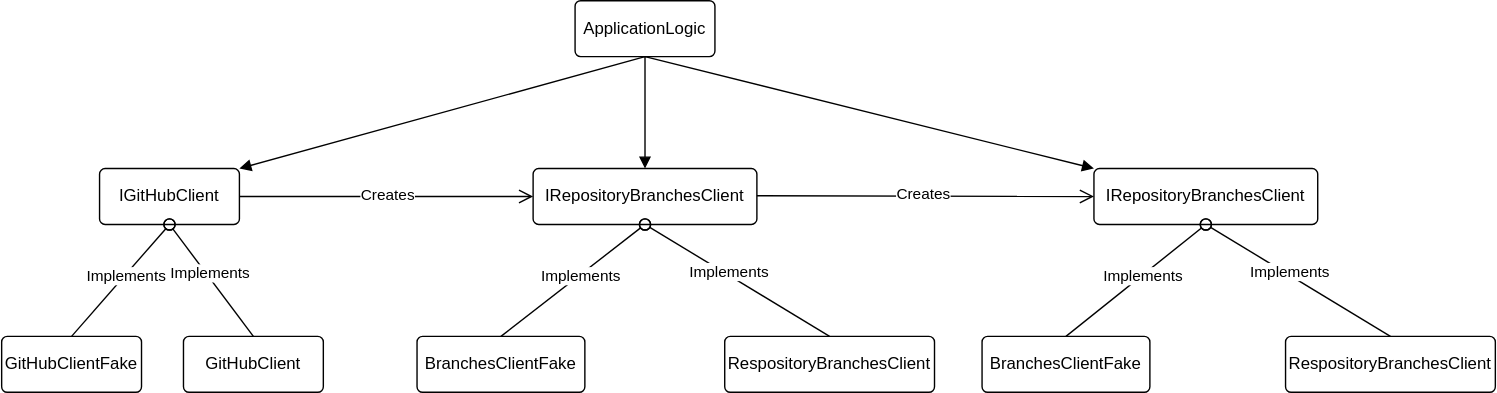
Earlier version of the draw.io export TestingOctokit/GitHubClient.svg (essenceofcode/BlogPosts). Source tidied: cells renumbered, new cells last; positions are measured from the earlier drawing's top-left corner, leaving out a move shared by most shapes.
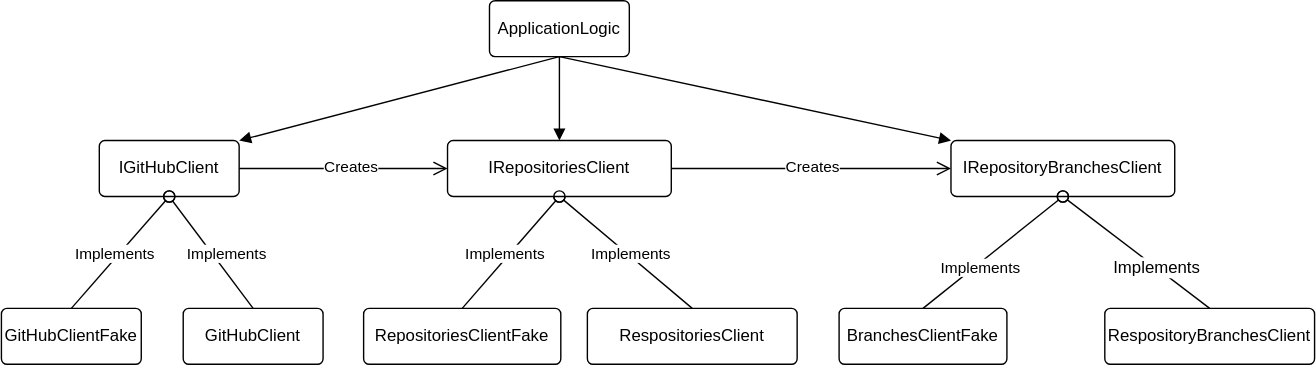
After the change.

Commit message:
Update octokit blog post.

What changed in the source:
```diff
@@ -3,38 +3,42 @@
     <mxCell id="0" />
     <mxCell id="1" parent="0" />
     <mxCell id="2" value="GitHubClientFake" style="rounded=1;arcSize=10;whiteSpace=wrap;html=1;align=center;" parent="1" vertex="1">
-      <mxGeometry y="240" width="100" height="40" as="geometry" />
+      <mxGeometry x="580" y="330" width="100" height="40" as="geometry" />
     </mxCell>
     <mxCell id="3" value="ApplicationLogic" style="rounded=1;arcSize=10;whiteSpace=wrap;html=1;align=center;" parent="1" vertex="1">
-      <mxGeometry x="410" width="100" height="40" as="geometry" />
+      <mxGeometry x="929" y="110" width="100" height="40" as="geometry" />
     </mxCell>
     <mxCell id="4" value="GitHubClient" style="rounded=1;arcSize=10;whiteSpace=wrap;html=1;align=center;" parent="1" vertex="1">
-      <mxGeometry x="130" y="240" width="100" height="40" as="geometry" />
+      <mxGeometry x="710" y="330" width="100" height="40" as="geometry" />
     </mxCell>
     <mxCell id="5" value="IGitHubClient" style="rounded=1;arcSize=10;whiteSpace=wrap;html=1;align=center;" parent="1" vertex="1">
-      <mxGeometry x="70" y="120" width="100" height="40" as="geometry" />
+      <mxGeometry x="650" y="210" width="100" height="40" as="geometry" />
     </mxCell>
     <mxCell id="6" style="html=1;verticalAlign=bottom;labelBackgroundColor=none;endArrow=oval;endFill=0;endSize=8;rounded=0;exitX=0.5;exitY=0;exitDx=0;exitDy=0;entryX=0.5;entryY=1;entryDx=0;entryDy=0;" parent="1" edge="1" source="4" target="5">
       <mxGeometry relative="1" as="geometry" />
     </mxCell>
     <mxCell id="7" value="Implements" style="edgeLabel;html=1;align=center;verticalAlign=middle;" parent="6" vertex="1">
-      <mxGeometry x="0.12" y="-2" relative="1" as="geometry" />
+      <mxGeometry x="0.12" y="-2" relative="1" as="geometry">
+        <mxPoint x="12" y="6" as="offset" />
+      </mxGeometry>
     </mxCell>
     <mxCell id="8" style="html=1;verticalAlign=bottom;labelBackgroundColor=none;endArrow=oval;endFill=0;endSize=8;rounded=0;exitX=0.5;exitY=0;exitDx=0;exitDy=0;entryX=0.5;entryY=1;entryDx=0;entryDy=0;" parent="1" edge="1" source="2" target="5">
       <mxGeometry relative="1" as="geometry" />
     </mxCell>
     <mxCell id="9" value="Implements" style="edgeLabel;html=1;align=center;verticalAlign=middle;" parent="8" vertex="1">
-      <mxGeometry x="0.09" relative="1" as="geometry" />
+      <mxGeometry x="0.09" relative="1" as="geometry">
+        <mxPoint x="-8" y="4" as="offset" />
+      </mxGeometry>
     </mxCell>
     <mxCell id="10" style="html=1;verticalAlign=bottom;labelBackgroundColor=none;endArrow=block;endFill=1;endSize=6;align=left;rounded=0;exitX=0.5;exitY=1;exitDx=0;exitDy=0;entryX=1;entryY=0;entryDx=0;entryDy=0;" parent="1" edge="1" source="3" target="5">
       <mxGeometry x="-1" relative="1" as="geometry" />
     </mxCell>
     <mxCell id="11" value="IRepositoryBranchesClient" style="rounded=1;arcSize=10;whiteSpace=wrap;html=1;align=center;" parent="1" vertex="1">
-      <mxGeometry x="781" y="120" width="160" height="40" as="geometry" />
+      <mxGeometry x="1259" y="210" width="160" height="40" as="geometry" />
     </mxCell>
-    <mxCell id="12" style="endArrow=open;startArrow=none;endFill=0;startFill=0;endSize=8;html=1;verticalAlign=bottom;labelBackgroundColor=none;strokeWidth=1;rounded=0;entryX=0;entryY=0.5;entryDx=0;entryDy=0;" parent="1" edge="1" target="21">
+    <mxCell id="12" style="endArrow=open;startArrow=none;endFill=0;startFill=0;endSize=8;html=1;verticalAlign=bottom;labelBackgroundColor=none;strokeWidth=1;rounded=0;entryX=0;entryY=0.5;entryDx=0;entryDy=0;" parent="1" edge="1" target="31">
       <mxGeometry relative="1" as="geometry">
-        <mxPoint x="170" y="140" as="sourcePoint" />
+        <mxPoint x="750" y="230" as="sourcePoint" />
       </mxGeometry>
     </mxCell>
     <mxCell id="13" value="Creates" style="edgeLabel;html=1;align=center;verticalAlign=middle;" parent="12" vertex="1">
@@ -46,58 +50,60 @@
       <mxGeometry x="-1" relative="1" as="geometry" />
     </mxCell>
     <mxCell id="15" value="BranchesClientFake" style="rounded=1;arcSize=10;whiteSpace=wrap;html=1;align=center;" parent="1" vertex="1">
-      <mxGeometry x="701" y="240" width="120" height="40" as="geometry" />
+      <mxGeometry x="1179" y="330" width="120" height="40" as="geometry" />
     </mxCell>
-    <mxCell id="16" value="RespositoryBranchesClient" style="rounded=1;arcSize=10;whiteSpace=wrap;html=1;align=center;" parent="1" vertex="1">
-      <mxGeometry x="918" y="240" width="150" height="40" as="geometry" />
-    </mxCell>
-    <mxCell id="17" style="html=1;verticalAlign=bottom;labelBackgroundColor=none;endArrow=oval;endFill=0;endSize=8;rounded=0;exitX=0.5;exitY=0;exitDx=0;exitDy=0;entryX=0.5;entryY=1;entryDx=0;entryDy=0;" parent="1" edge="1" source="16" target="11">
+    <mxCell id="17" style="html=1;verticalAlign=bottom;labelBackgroundColor=none;endArrow=oval;endFill=0;endSize=8;rounded=0;exitX=0.5;exitY=0;exitDx=0;exitDy=0;entryX=0.5;entryY=1;entryDx=0;entryDy=0;" parent="1" edge="1" source="16" target="31">
       <mxGeometry relative="1" as="geometry" />
     </mxCell>
     <mxCell id="18" value="Implements" style="edgeLabel;html=1;align=center;verticalAlign=middle;" parent="17" vertex="1">
-      <mxGeometry x="0.12" y="-2" relative="1" as="geometry" />
+      <mxGeometry x="0.12" y="-2" relative="1" as="geometry">
+        <mxPoint x="8" y="7" as="offset" />
+      </mxGeometry>
     </mxCell>
     <mxCell id="19" style="html=1;verticalAlign=bottom;labelBackgroundColor=none;endArrow=oval;endFill=0;endSize=8;rounded=0;exitX=0.5;exitY=0;exitDx=0;exitDy=0;entryX=0.5;entryY=1;entryDx=0;entryDy=0;" parent="1" edge="1" source="15" target="11">
       <mxGeometry relative="1" as="geometry" />
     </mxCell>
     <mxCell id="20" value="Implements" style="edgeLabel;html=1;align=center;verticalAlign=middle;" parent="19" vertex="1">
-      <mxGeometry x="0.09" relative="1" as="geometry" />
+      <mxGeometry x="0.09" relative="1" as="geometry">
+        <mxPoint x="-14" y="14" as="offset" />
+      </mxGeometry>
     </mxCell>
-    <mxCell id="21" value="IRepositoryBranchesClient" style="rounded=1;arcSize=10;whiteSpace=wrap;html=1;align=center;" parent="1" vertex="1">
-      <mxGeometry x="380" y="120" width="160" height="40" as="geometry" />
-    </mxCell>
-    <mxCell id="22" value="BranchesClientFake" style="rounded=1;arcSize=10;whiteSpace=wrap;html=1;align=center;" parent="1" vertex="1">
-      <mxGeometry x="297" y="240" width="120" height="40" as="geometry" />
-    </mxCell>
+    <mxCell id="31" value="IRepositoriesClient" style="rounded=1;arcSize=10;whiteSpace=wrap;html=1;align=center;" parent="1" vertex="1">
+      <mxGeometry x="899" y="210" width="160" height="40" as="geometry" />
+    </mxCell>
+    <mxCell id="32" style="endArrow=open;startArrow=none;endFill=0;startFill=0;endSize=8;html=1;verticalAlign=bottom;labelBackgroundColor=none;strokeWidth=1;rounded=0;exitX=1;exitY=0.5;exitDx=0;exitDy=0;entryX=0;entryY=0.5;entryDx=0;entryDy=0;" parent="1" edge="1" source="31" target="11">
+      <mxGeometry relative="1" as="geometry" />
+    </mxCell>
+    <mxCell id="30" value="Creates" style="edgeLabel;html=1;align=center;verticalAlign=middle;" parent="32" vertex="1">
+      <mxGeometry x="-0.15" y="2" relative="1" as="geometry">
+        <mxPoint x="15" as="offset" />
+      </mxGeometry>
+    </mxCell>
+    <mxCell id="33" value="RepositoriesClientFake" style="rounded=1;arcSize=10;whiteSpace=wrap;html=1;align=center;" parent="1" vertex="1">
+      <mxGeometry x="839" y="330" width="141" height="40" as="geometry" />
+    </mxCell>
     <mxCell id="23" value="RespositoryBranchesClient" style="rounded=1;arcSize=10;whiteSpace=wrap;html=1;align=center;" parent="1" vertex="1">
-      <mxGeometry x="517" y="240" width="150" height="40" as="geometry" />
+      <mxGeometry x="1369" y="330" width="150" height="40" as="geometry" />
     </mxCell>
-    <mxCell id="24" style="html=1;verticalAlign=bottom;labelBackgroundColor=none;endArrow=oval;endFill=0;endSize=8;rounded=0;exitX=0.5;exitY=0;exitDx=0;exitDy=0;entryX=0.5;entryY=1;entryDx=0;entryDy=0;" parent="1" edge="1" source="23" target="21">
-      <mxGeometry relative="1" as="geometry" />
-    </mxCell>
-    <mxCell id="25" value="Implements" style="edgeLabel;html=1;align=center;verticalAlign=middle;" parent="24" vertex="1">
-      <mxGeometry x="0.12" y="-2" relative="1" as="geometry" />
-    </mxCell>
-    <mxCell id="26" style="html=1;verticalAlign=bottom;labelBackgroundColor=none;endArrow=oval;endFill=0;endSize=8;rounded=0;exitX=0.5;exitY=0;exitDx=0;exitDy=0;entryX=0.5;entryY=1;entryDx=0;entryDy=0;" parent="1" edge="1" source="22" target="21">
-      <mxGeometry relative="1" as="geometry" />
-    </mxCell>
-    <mxCell id="27" value="Implements" style="edgeLabel;html=1;align=center;verticalAlign=middle;" parent="26" vertex="1">
-      <mxGeometry x="0.09" relative="1" as="geometry" />
-    </mxCell>
-    <mxCell id="28" style="html=1;verticalAlign=bottom;labelBackgroundColor=none;endArrow=block;endFill=1;endSize=6;align=left;rounded=0;entryX=0.5;entryY=0;entryDx=0;entryDy=0;" parent="1" edge="1" target="21">
-      <mxGeometry x="-1" relative="1" as="geometry">
-        <mxPoint x="460" y="40" as="sourcePoint" />
-      </mxGeometry>
-    </mxCell>
-    <mxCell id="29" style="endArrow=open;startArrow=none;endFill=0;startFill=0;endSize=8;html=1;verticalAlign=bottom;labelBackgroundColor=none;strokeWidth=1;rounded=0;entryX=0;entryY=0.5;entryDx=0;entryDy=0;" parent="1" edge="1" target="11">
-      <mxGeometry relative="1" as="geometry">
-        <mxPoint x="540" y="139.5" as="sourcePoint" />
-      </mxGeometry>
-    </mxCell>
-    <mxCell id="30" value="Creates" style="edgeLabel;html=1;align=center;verticalAlign=middle;" parent="29" vertex="1">
-      <mxGeometry x="-0.15" y="2" relative="1" as="geometry">
-        <mxPoint x="15" as="offset" />
-      </mxGeometry>
-    </mxCell>
+    <mxCell id="34" style="html=1;verticalAlign=bottom;labelBackgroundColor=none;endArrow=oval;endFill=0;endSize=8;rounded=0;exitX=0.5;exitY=0;exitDx=0;exitDy=0;entryX=0.5;entryY=1;entryDx=0;entryDy=0;" parent="1" edge="1" source="33" target="31">
+      <mxGeometry relative="1" as="geometry" />
+    </mxCell>
+    <mxCell id="35" value="Implements" style="edgeLabel;html=1;align=center;verticalAlign=middle;" parent="34" vertex="1">
+      <mxGeometry x="0.09" relative="1" as="geometry">
+        <mxPoint x="-8" y="4" as="offset" />
+      </mxGeometry>
+    </mxCell>
+    <mxCell id="36" style="html=1;verticalAlign=bottom;labelBackgroundColor=none;endArrow=oval;endFill=0;endSize=8;rounded=0;exitX=0.5;exitY=0;exitDx=0;exitDy=0;entryX=0.5;entryY=1;entryDx=0;entryDy=0;" parent="1" edge="1" source="23" target="11">
+      <mxGeometry relative="1" as="geometry" />
+    </mxCell>
+    <mxCell id="37" value="Implements" style="edgeLabel;html=1;align=center;verticalAlign=middle;fontSize=12;" parent="36" vertex="1">
+      <mxGeometry x="-0.25" relative="1" as="geometry" />
+    </mxCell>
+    <mxCell id="16" value="RespositoriesClient" style="rounded=1;arcSize=10;whiteSpace=wrap;html=1;align=center;" parent="1" vertex="1">
+      <mxGeometry x="999" y="330" width="150" height="40" as="geometry" />
+    </mxCell>
+    <mxCell id="38" style="html=1;verticalAlign=bottom;labelBackgroundColor=none;endArrow=block;endFill=1;endSize=6;align=left;rounded=0;exitX=0.5;exitY=1;exitDx=0;exitDy=0;entryX=0.5;entryY=0;entryDx=0;entryDy=0;" parent="1" edge="1" source="3" target="31">
+      <mxGeometry x="-1" relative="1" as="geometry" />
+    </mxCell>
   </root>
 </mxGraphModel>
```
